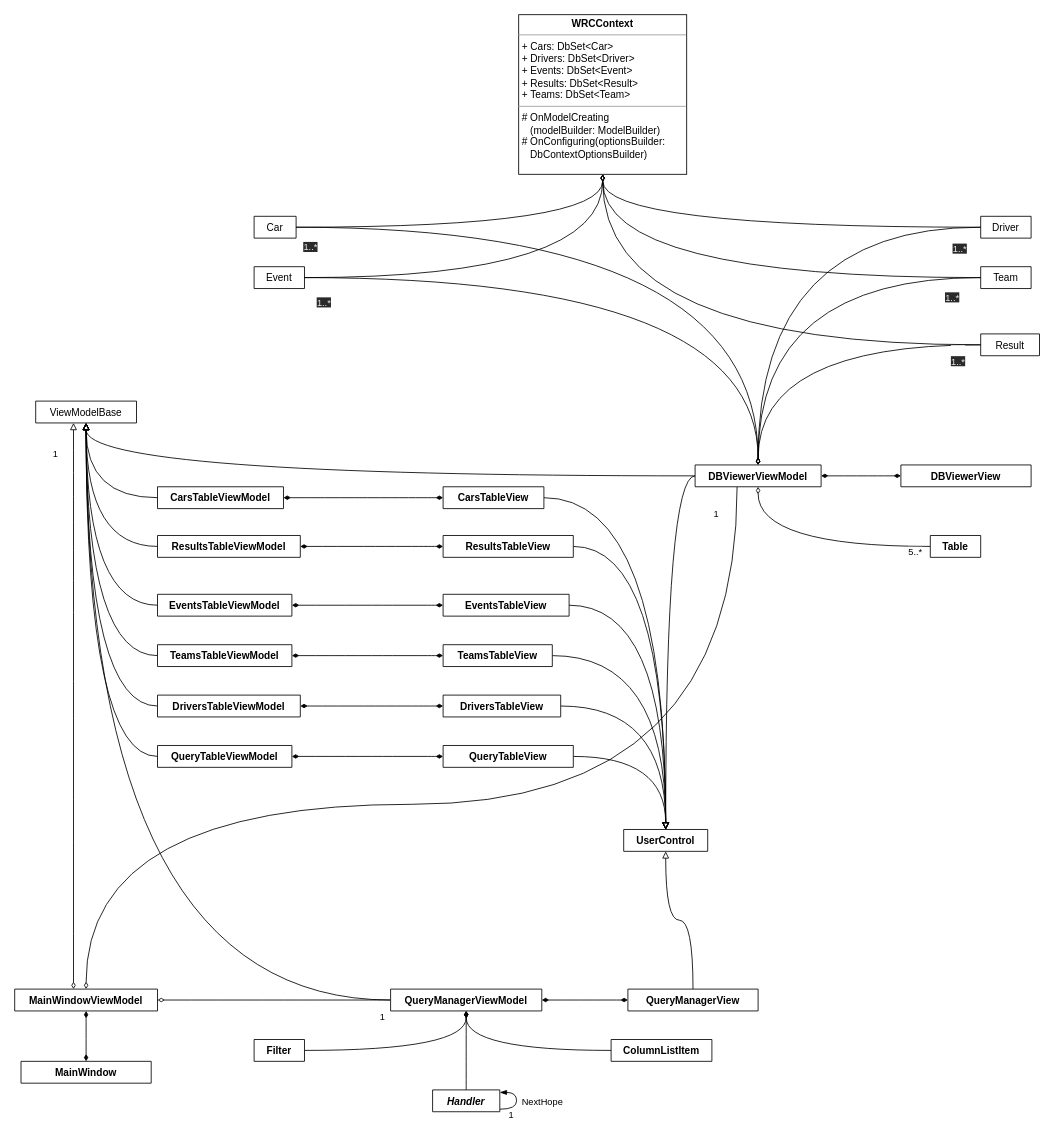
Above: ClassDiagram.drawio in Shadowrazes/BD-Reader (draw.io), before the change. Source tidied: cells renumbered, new cells numbered last; positions are measured from the earlier drawing's top-left corner, leaving out a move shared by most shapes. Both pictures are drawn from the tidied source at 84%, with x=0, y=0 at pixel (14, 14).
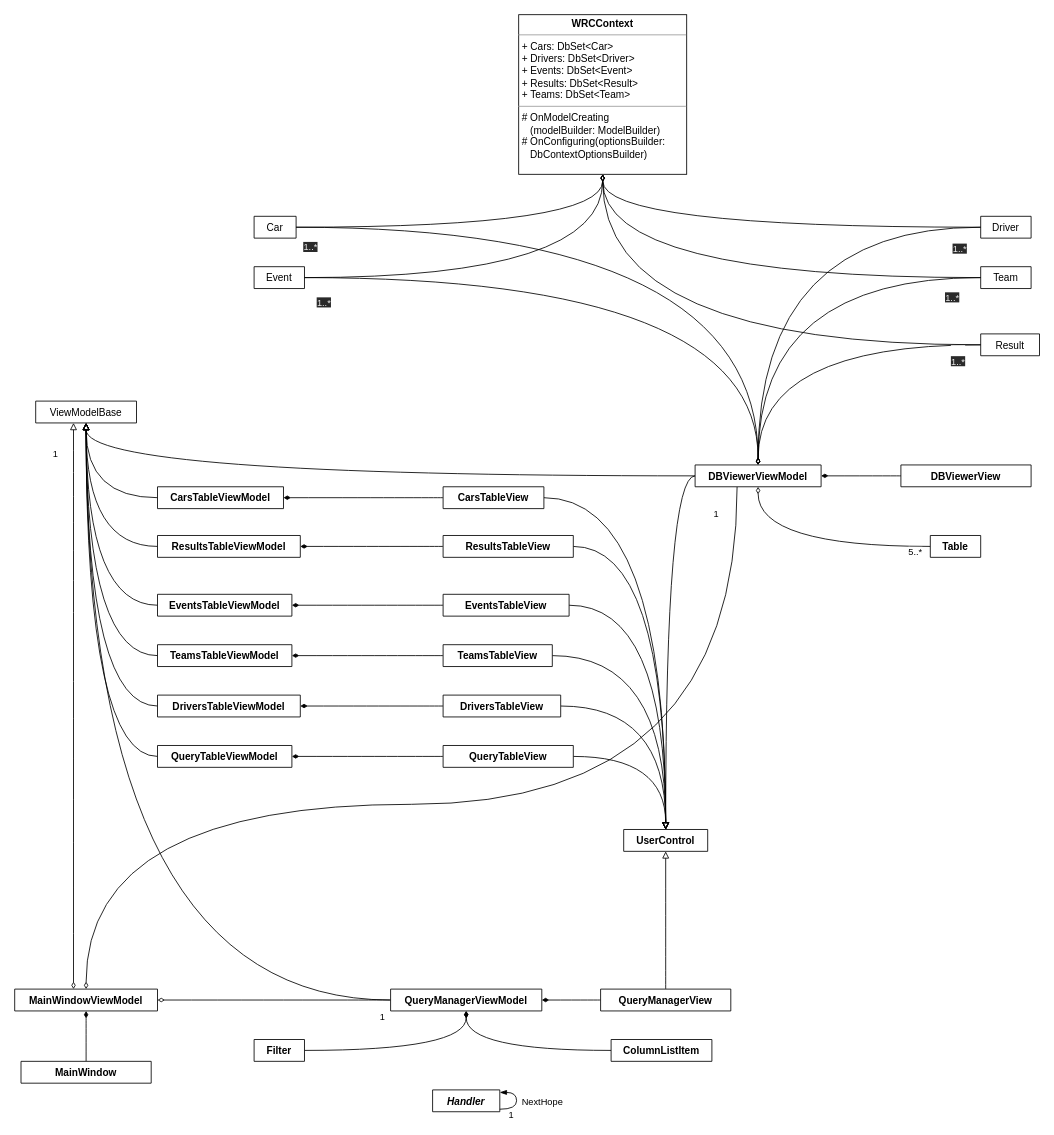
The same diagram, later.

Unchanged cells that the change refers to:
```xml
<mxCell id="21" value="CarsTableViewModel" style="swimlane;fontStyle=1;align=center;verticalAlign=top;horizontal=1;startSize=26;" parent="1" vertex="1" collapsed="1">
  <mxGeometry x="170" y="562" width="150" height="26" as="geometry" />
</mxCell>
<mxCell id="23" value="DriversTableViewModel" style="swimlane;fontStyle=1;align=center;verticalAlign=top;horizontal=1;startSize=26;" parent="1" vertex="1" collapsed="1">
  <mxGeometry x="170" y="810" width="170" height="26" as="geometry" />
</mxCell>
<mxCell id="25" value="EventsTableViewModel" style="swimlane;fontStyle=1;align=center;verticalAlign=top;horizontal=1;startSize=26;" parent="1" vertex="1" collapsed="1">
  <mxGeometry x="170" y="690" width="160" height="26" as="geometry" />
</mxCell>
<mxCell id="27" value="ResultsTableViewModel" style="swimlane;fontStyle=1;align=center;verticalAlign=top;horizontal=1;startSize=26;" parent="1" vertex="1" collapsed="1">
  <mxGeometry x="170" y="620" width="170" height="26" as="geometry" />
</mxCell>
<mxCell id="29" value="TeamsTableViewModel" style="swimlane;fontStyle=1;align=center;verticalAlign=top;horizontal=1;startSize=26;" parent="1" vertex="1" collapsed="1">
  <mxGeometry x="170" y="750" width="160" height="26" as="geometry" />
</mxCell>
<mxCell id="33" value="QueryTableViewModel" style="swimlane;fontStyle=1;align=center;verticalAlign=top;horizontal=1;startSize=26;" parent="1" vertex="1" collapsed="1">
  <mxGeometry x="170" y="870" width="160" height="26" as="geometry" />
</mxCell>
<mxCell id="37" value="DBViewerViewModel" style="swimlane;fontStyle=1;align=center;verticalAlign=top;horizontal=1;startSize=26;" parent="1" vertex="1" collapsed="1">
  <mxGeometry x="810" y="536" width="150" height="26" as="geometry" />
</mxCell>
<mxCell id="40" value="QueryManagerViewModel" style="swimlane;fontStyle=1;align=center;verticalAlign=top;horizontal=1;startSize=26;" parent="1" vertex="1" collapsed="1">
  <mxGeometry x="447.5" y="1160" width="180" height="26" as="geometry" />
</mxCell>
<mxCell id="42" value="MainWindowViewModel" style="swimlane;fontStyle=1;align=center;verticalAlign=top;horizontal=1;startSize=26;" parent="1" vertex="1" collapsed="1">
  <mxGeometry y="1160" width="170" height="26" as="geometry" />
</mxCell>
<mxCell id="44" value="Handler" style="swimlane;fontStyle=3;align=center;verticalAlign=top;horizontal=1;startSize=26;" parent="1" vertex="1" collapsed="1">
  <mxGeometry x="497.5" y="1280" width="80" height="26" as="geometry" />
</mxCell>
<mxCell id="52" value="CarsTableView" style="swimlane;fontStyle=1;align=center;verticalAlign=top;horizontal=1;startSize=26;" parent="1" vertex="1" collapsed="1">
  <mxGeometry x="510" y="562" width="120" height="26" as="geometry" />
</mxCell>
<mxCell id="55" value="EventsTableView" style="swimlane;fontStyle=1;align=center;verticalAlign=top;horizontal=1;startSize=26;" parent="1" vertex="1" collapsed="1">
  <mxGeometry x="510" y="690" width="150" height="26" as="geometry" />
</mxCell>
<mxCell id="58" value="TeamsTableView" style="swimlane;fontStyle=1;align=center;verticalAlign=top;horizontal=1;startSize=26;" parent="1" vertex="1" collapsed="1">
  <mxGeometry x="510" y="750" width="130" height="26" as="geometry" />
</mxCell>
<mxCell id="61" value="DriversTableView" style="swimlane;fontStyle=1;align=center;verticalAlign=top;horizontal=1;startSize=26;" parent="1" vertex="1" collapsed="1">
  <mxGeometry x="510" y="810" width="140" height="26" as="geometry" />
</mxCell>
<mxCell id="64" value="ResultsTableView" style="swimlane;fontStyle=1;align=center;verticalAlign=top;horizontal=1;startSize=26;" parent="1" vertex="1" collapsed="1">
  <mxGeometry x="510" y="620" width="155" height="26" as="geometry" />
</mxCell>
<mxCell id="66" value="DBViewerView" style="swimlane;fontStyle=1;align=center;verticalAlign=top;horizontal=1;startSize=26;" parent="1" vertex="1" collapsed="1">
  <mxGeometry x="1055" y="536" width="155" height="26" as="geometry" />
</mxCell>
<mxCell id="67" value="MainWindow" style="swimlane;fontStyle=1;align=center;verticalAlign=top;horizontal=1;startSize=26;" parent="1" vertex="1" collapsed="1">
  <mxGeometry x="7.5" y="1246" width="155" height="26" as="geometry" />
</mxCell>
<mxCell id="70" value="QueryTableView" style="swimlane;fontStyle=1;align=center;verticalAlign=top;horizontal=1;startSize=26;" parent="1" vertex="1" collapsed="1">
  <mxGeometry x="510" y="870" width="155" height="26" as="geometry" />
</mxCell>
```

What changed in the source:
```diff
@@
-    <mxCell id="41" style="edgeStyle=orthogonalEdgeStyle;curved=1;jettySize=auto;html=1;startArrow=diamondThin;startFill=1;endArrow=diamondThin;endFill=1;" parent="1" edge="1" source="42" target="67">
+    <mxCell id="41" style="edgeStyle=orthogonalEdgeStyle;curved=1;jettySize=auto;html=1;startArrow=diamondThin;startFill=1;endArrow=none;endFill=0;" parent="1" edge="1" source="42" target="67">
       <mxGeometry relative="1" as="geometry" />
     </mxCell>
@@
-    <mxCell id="43" style="edgeStyle=orthogonalEdgeStyle;curved=1;jettySize=auto;html=1;endArrow=diamondThin;endFill=1;" parent="1" edge="1" source="44" target="40">
-      <mxGeometry relative="1" as="geometry" />
-    </mxCell>
@@
-    <mxCell id="50" style="edgeStyle=orthogonalEdgeStyle;curved=1;jettySize=auto;html=1;endArrow=diamondThin;endFill=1;startArrow=diamondThin;startFill=1;" parent="1" edge="1" source="52" target="21">
+    <mxCell id="50" style="edgeStyle=orthogonalEdgeStyle;curved=1;jettySize=auto;html=1;endArrow=diamondThin;endFill=1;startArrow=none;startFill=0;" parent="1" edge="1" source="52" target="21">
       <mxGeometry relative="1" as="geometry" />
     </mxCell>
@@
-    <mxCell id="53" style="edgeStyle=orthogonalEdgeStyle;curved=1;jettySize=auto;html=1;endArrow=diamondThin;endFill=1;startArrow=diamondThin;startFill=1;" parent="1" edge="1" source="55" target="25">
+    <mxCell id="53" style="edgeStyle=orthogonalEdgeStyle;curved=1;jettySize=auto;html=1;endArrow=diamondThin;endFill=1;startArrow=none;startFill=0;" parent="1" edge="1" source="55" target="25">
       <mxGeometry relative="1" as="geometry" />
     </mxCell>
@@
-    <mxCell id="56" style="edgeStyle=orthogonalEdgeStyle;curved=1;jettySize=auto;html=1;endArrow=diamondThin;endFill=1;startArrow=diamondThin;startFill=1;" parent="1" edge="1" source="58" target="29">
+    <mxCell id="56" style="edgeStyle=orthogonalEdgeStyle;curved=1;jettySize=auto;html=1;endArrow=diamondThin;endFill=1;startArrow=none;startFill=0;" parent="1" edge="1" source="58" target="29">
       <mxGeometry relative="1" as="geometry" />
     </mxCell>
@@
-    <mxCell id="59" style="edgeStyle=orthogonalEdgeStyle;curved=1;jettySize=auto;html=1;endArrow=diamondThin;endFill=1;startArrow=diamondThin;startFill=1;" parent="1" edge="1" source="61" target="23">
+    <mxCell id="59" style="edgeStyle=orthogonalEdgeStyle;curved=1;jettySize=auto;html=1;endArrow=diamondThin;endFill=1;startArrow=none;startFill=0;" parent="1" edge="1" source="61" target="23">
       <mxGeometry relative="1" as="geometry" />
     </mxCell>
@@
-    <mxCell id="62" style="edgeStyle=orthogonalEdgeStyle;curved=1;jettySize=auto;html=1;endArrow=diamondThin;endFill=1;startArrow=diamondThin;startFill=1;" parent="1" edge="1" source="64" target="27">
+    <mxCell id="62" style="edgeStyle=orthogonalEdgeStyle;curved=1;jettySize=auto;html=1;endArrow=diamondThin;endFill=1;startArrow=none;startFill=0;" parent="1" edge="1" source="64" target="27">
       <mxGeometry relative="1" as="geometry" />
     </mxCell>
@@
-    <mxCell id="65" style="edgeStyle=orthogonalEdgeStyle;curved=1;jettySize=auto;html=1;startArrow=diamondThin;startFill=1;endArrow=diamondThin;endFill=1;" parent="1" edge="1" source="66" target="37">
+    <mxCell id="65" style="edgeStyle=orthogonalEdgeStyle;curved=1;jettySize=auto;html=1;startArrow=none;startFill=0;endArrow=diamondThin;endFill=1;" parent="1" edge="1" source="66" target="37">
       <mxGeometry relative="1" as="geometry" />
     </mxCell>
@@
-    <mxCell id="68" style="edgeStyle=orthogonalEdgeStyle;curved=1;jettySize=auto;html=1;entryX=1;entryY=0.5;entryDx=0;entryDy=0;startArrow=diamondThin;startFill=1;endArrow=diamondThin;endFill=1;" parent="1" edge="1" source="70" target="33">
+    <mxCell id="68" style="edgeStyle=orthogonalEdgeStyle;curved=1;jettySize=auto;html=1;entryX=1;entryY=0.5;entryDx=0;entryDy=0;startArrow=none;startFill=0;endArrow=diamondThin;endFill=1;" parent="1" edge="1" source="70" target="33">
       <mxGeometry relative="1" as="geometry" />
     </mxCell>
@@
-    <mxCell id="71" style="edgeStyle=orthogonalEdgeStyle;curved=1;jettySize=auto;html=1;startArrow=diamondThin;startFill=1;endArrow=diamondThin;endFill=1;" parent="1" edge="1" source="73" target="40">
+    <mxCell id="71" style="edgeStyle=orthogonalEdgeStyle;curved=1;jettySize=auto;html=1;startArrow=none;startFill=0;endArrow=diamondThin;endFill=1;" parent="1" edge="1" source="73" target="40">
       <mxGeometry relative="1" as="geometry" />
     </mxCell>
@@
     <mxCell id="73" value="QueryManagerView" style="swimlane;fontStyle=1;align=center;verticalAlign=top;horizontal=1;startSize=26;" parent="1" vertex="1" collapsed="1">
-      <mxGeometry x="730" y="1160" width="155" height="26" as="geometry" />
+      <mxGeometry x="697.5" y="1160" width="155" height="26" as="geometry" />
     </mxCell>
```
